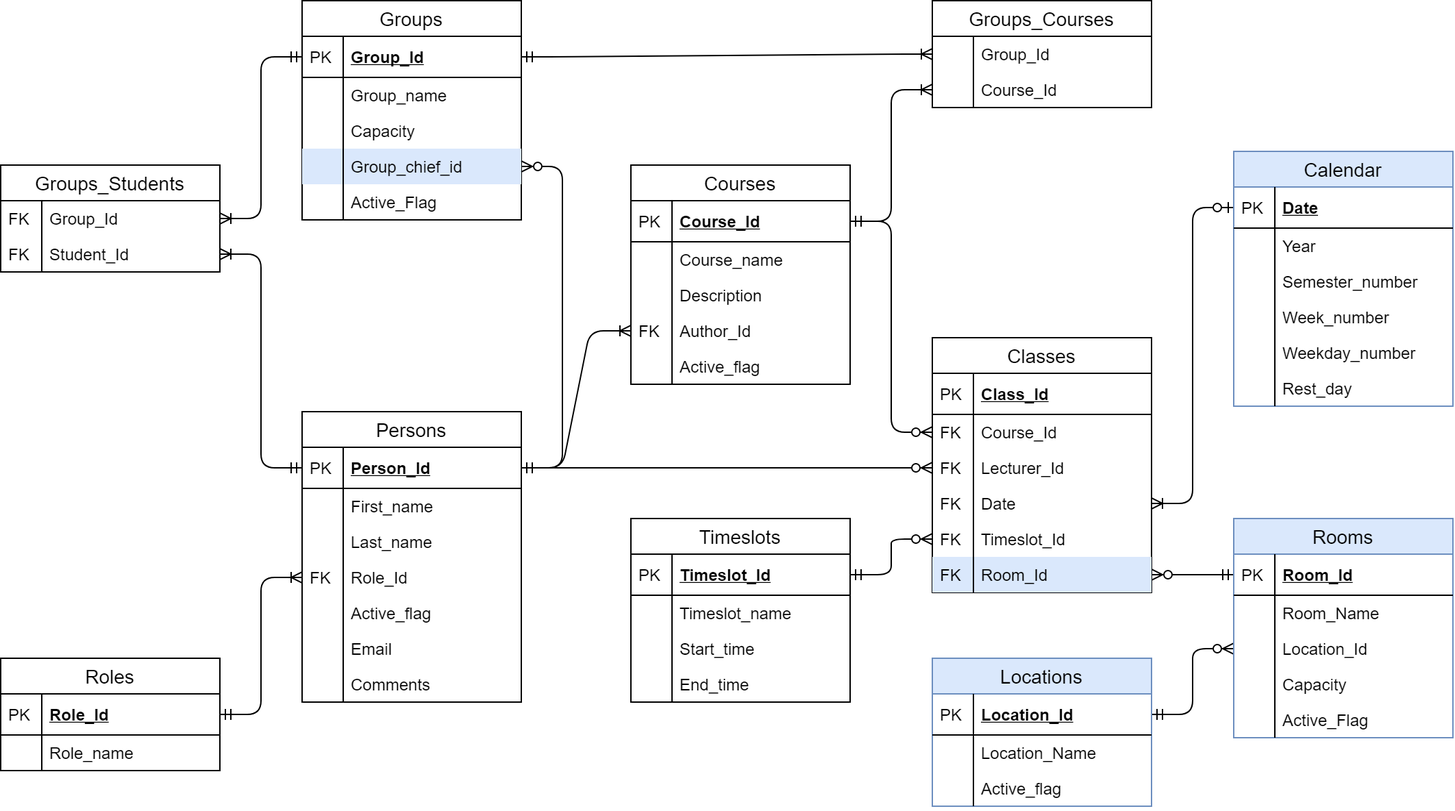
Above: DB_Scheme.png in petrowich/University (draw.io), before the change. Source tidied: cells renumbered, new cells last; positions are measured from the earlier drawing's top-left corner, leaving out a move shared by most shapes.
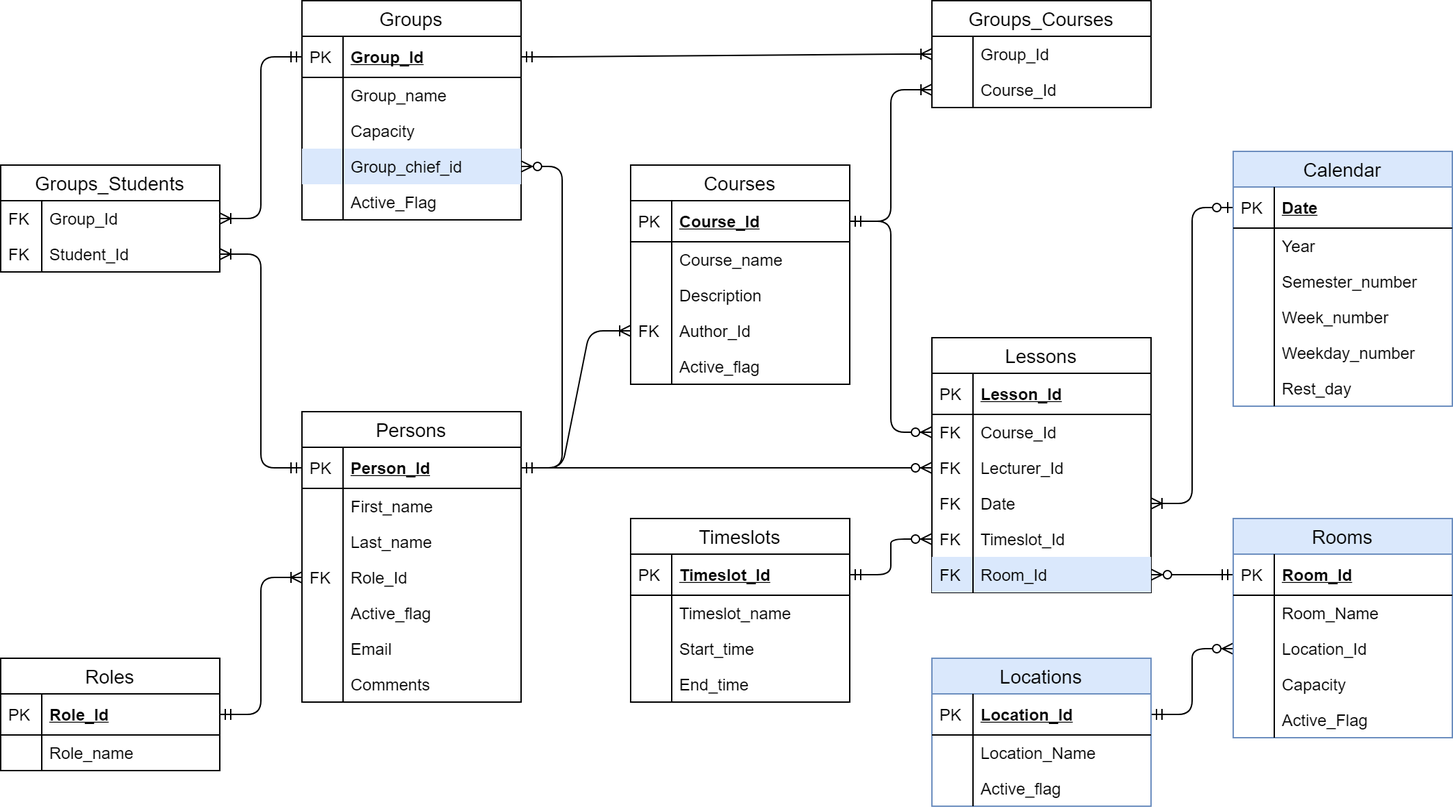
Above is the later version.

Change to the diagram source:
```diff
@@ -26,10 +26,10 @@
     <mxCell id="9" style="edgeStyle=entityRelationEdgeStyle;fontSize=12;html=1;endArrow=ERzeroToMany;endFill=1;entryX=0;entryY=0.5;entryDx=0;entryDy=0;exitX=1;exitY=0.5;exitDx=0;exitDy=0;startArrow=ERmandOne;startFill=0;" parent="1" edge="1" source="114" target="86">
       <mxGeometry relative="1" as="geometry" />
     </mxCell>
-    <mxCell id="10" value="Classes" style="swimlane;fontStyle=0;horizontal=1;startSize=26;align=center;fontSize=14;" parent="1" vertex="1">
+    <mxCell id="10" value="Lessons" style="swimlane;fontStyle=0;horizontal=1;startSize=26;align=center;fontSize=14;" parent="1" vertex="1">
       <mxGeometry x="680" y="246" width="160" height="186" as="geometry" />
     </mxCell>
-    <mxCell id="11" value="Class_Id" style="shape=partialRectangle;top=0;left=0;right=0;bottom=1;align=left;verticalAlign=middle;fillColor=none;spacingLeft=34;spacingRight=4;overflow=hidden;fontStyle=5;fontSize=12;" parent="10" vertex="1">
+    <mxCell id="11" value="Lesson_Id" style="shape=partialRectangle;top=0;left=0;right=0;bottom=1;align=left;verticalAlign=middle;fillColor=none;spacingLeft=34;spacingRight=4;overflow=hidden;fontStyle=5;fontSize=12;" parent="10" vertex="1">
       <mxGeometry y="26" width="160" height="30" as="geometry" />
     </mxCell>
     <mxCell id="12" value="PK" style="shape=partialRectangle;top=0;left=0;bottom=0;fillColor=none;align=left;verticalAlign=middle;spacingLeft=4;spacingRight=4;overflow=hidden;fontSize=12;" parent="11" vertex="1">
```
